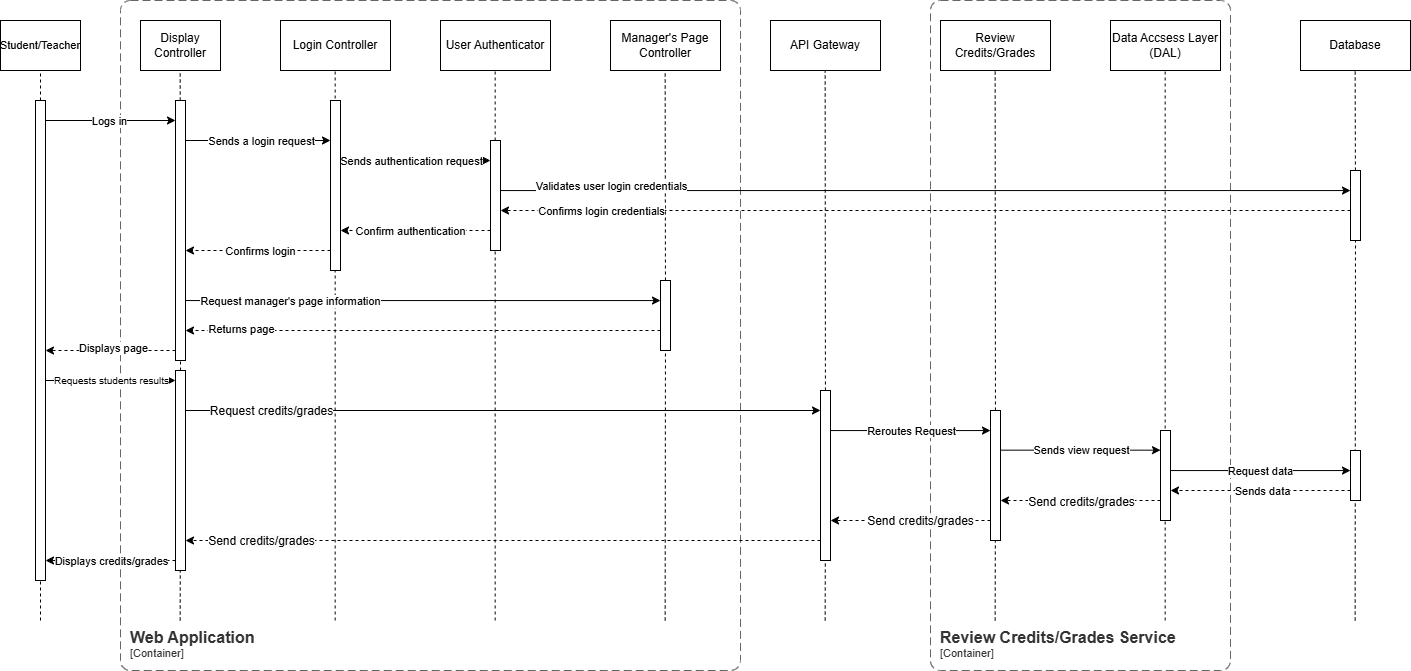
The draw.io diagram Dynamic Diagrams/view-results-dynamic-diagram.png in Metalystn/Exam-repository, before a commit. Source tidied: cells renumbered, new cells last; positions are measured from the earlier drawing's top-left corner, leaving out a move shared by most shapes.
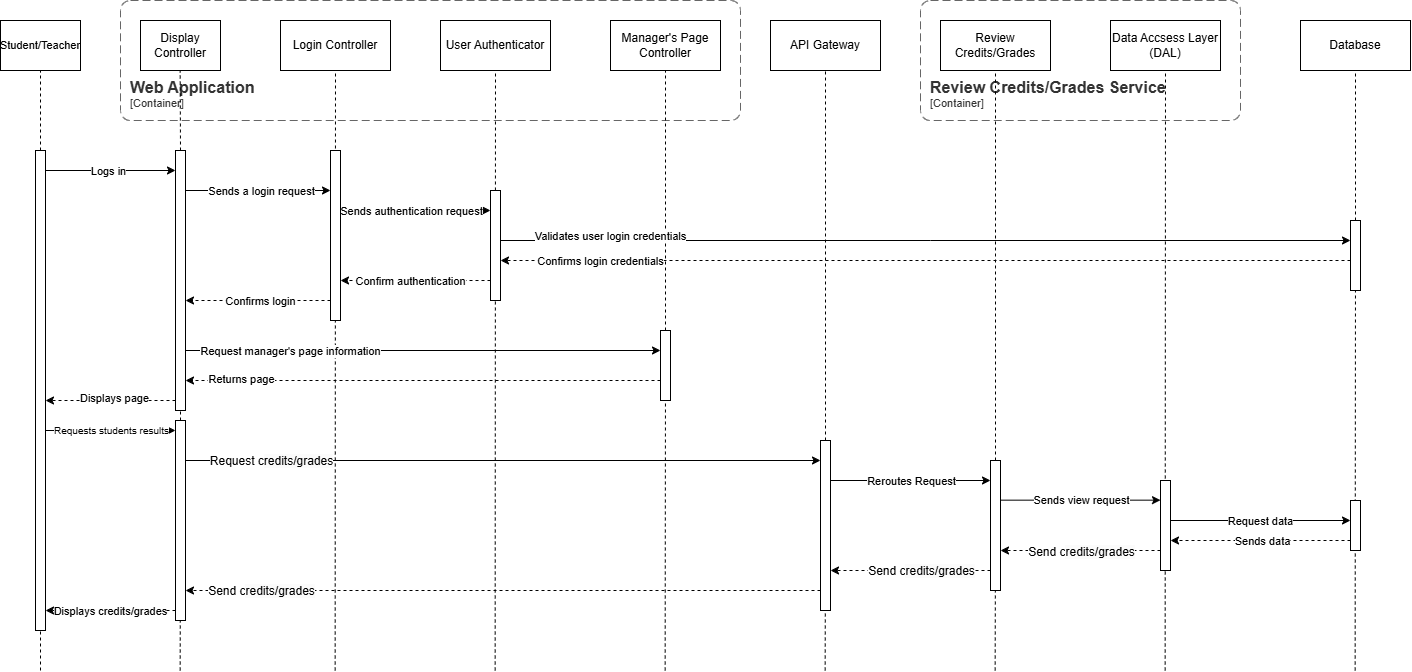
Later version of the same file.

The edit, as a diff of the source:
```diff
@@ -4,88 +4,77 @@
     <mxCell id="1" parent="0" />
     <object id="2" label="&lt;font style=&quot;font-size: 16px&quot;&gt;&lt;b&gt;&lt;div style=&quot;text-align: left&quot;&gt;%c4Name%&lt;/div&gt;&lt;/b&gt;&lt;/font&gt;&lt;div style=&quot;text-align: left&quot;&gt;[%c4Application%]&lt;/div&gt;" c4Application="Container" c4Name="Review Credits/Grades Service" c4Type="ContainerScopeBoundary" placeholders="1">
       <mxCell style="rounded=1;fontSize=11;whiteSpace=wrap;html=1;dashed=1;arcSize=20;fillColor=none;strokeColor=#666666;fontColor=#333333;labelBackgroundColor=none;align=left;verticalAlign=bottom;labelBorderColor=none;spacingTop=0;spacing=10;dashPattern=8 4;perimeter=rectanglePerimeter;noLabel=0;labelPadding=0;absoluteArcSize=1;" parent="1" vertex="1">
-        <mxGeometry x="930" width="300" height="670" as="geometry" />
+        <mxGeometry x="920" y="-50" width="320" height="120" as="geometry" />
       </mxCell>
     </object>
     <object id="3" label="&lt;font style=&quot;font-size: 16px&quot;&gt;&lt;b&gt;&lt;div style=&quot;text-align: left&quot;&gt;%c4Name%&lt;/div&gt;&lt;/b&gt;&lt;/font&gt;&lt;div style=&quot;text-align: left&quot;&gt;[%c4Application%]&lt;/div&gt;" c4Application="Container" c4Name="Web Application" c4Type="ContainerScopeBoundary" placeholders="1">
       <mxCell style="rounded=1;fontSize=11;whiteSpace=wrap;html=1;dashed=1;arcSize=20;fillColor=none;strokeColor=#666666;fontColor=#333333;labelBackgroundColor=none;align=left;verticalAlign=bottom;labelBorderColor=none;spacingTop=0;spacing=10;dashPattern=8 4;perimeter=rectanglePerimeter;noLabel=0;labelPadding=0;absoluteArcSize=1;" parent="1" vertex="1">
-        <mxGeometry x="120" width="620" height="670" as="geometry" />
+        <mxGeometry x="120" y="-50" width="620" height="120" as="geometry" />
       </mxCell>
     </object>
     <mxCell id="4" value="&lt;font style=&quot;font-size: 11px;&quot;&gt;Student/Teacher&lt;/font&gt;" style="rounded=0;whiteSpace=wrap;html=1;" parent="1" vertex="1">
-      <mxGeometry y="20" width="80" height="50" as="geometry" />
+      <mxGeometry y="-30" width="80" height="50" as="geometry" />
     </mxCell>
     <mxCell id="5" value="Display Contr&lt;span style=&quot;color: rgba(0, 0, 0, 0); font-family: monospace; font-size: 0px; text-align: start; text-wrap: nowrap;&quot;&gt;%3CmxGraphModel%3E%3Croot%3E%3CmxCell%20id%3D%220%22%2F%3E%3CmxCell%20id%3D%221%22%20parent%3D%220%22%2F%3E%3CmxCell%20id%3D%222%22%20value%3D%22Teacher%22%20style%3D%22rounded%3D0%3BwhiteSpace%3Dwrap%3Bhtml%3D1%3B%22%20vertex%3D%221%22%20parent%3D%221%22%3E%3CmxGeometry%20x%3D%2280%22%20y%3D%2240%22%20width%3D%2280%22%20height%3D%2250%22%20as%3D%22geometry%22%2F%3E%3C%2FmxCell%3E%3C%2Froot%3E%3C%2FmxGraphModel%3E&lt;/span&gt;oller" style="rounded=0;whiteSpace=wrap;html=1;" parent="1" vertex="1">
-      <mxGeometry x="140" y="20" width="80" height="50" as="geometry" />
+      <mxGeometry x="140" y="-30" width="80" height="50" as="geometry" />
     </mxCell>
     <mxCell id="6" value="Login Controller" style="rounded=0;whiteSpace=wrap;html=1;" parent="1" vertex="1">
-      <mxGeometry x="280" y="20" width="110" height="50" as="geometry" />
+      <mxGeometry x="280" y="-30" width="110" height="50" as="geometry" />
     </mxCell>
     <mxCell id="7" value="User Authenticator" style="rounded=0;whiteSpace=wrap;html=1;" parent="1" vertex="1">
-      <mxGeometry x="440" y="20" width="110" height="50" as="geometry" />
+      <mxGeometry x="440" y="-30" width="110" height="50" as="geometry" />
     </mxCell>
     <mxCell id="8" value="Manager's Page Controller" style="rounded=0;whiteSpace=wrap;html=1;" parent="1" vertex="1">
-      <mxGeometry x="610" y="20" width="110" height="50" as="geometry" />
+      <mxGeometry x="610" y="-30" width="110" height="50" as="geometry" />
     </mxCell>
     <mxCell id="9" value="API Gateway" style="rounded=0;whiteSpace=wrap;html=1;" parent="1" vertex="1">
-      <mxGeometry x="770" y="20" width="110" height="50" as="geometry" />
+      <mxGeometry x="770" y="-30" width="110" height="50" as="geometry" />
     </mxCell>
     <mxCell id="10" value="Review Credits/Grades" style="rounded=0;whiteSpace=wrap;html=1;" parent="1" vertex="1">
-      <mxGeometry x="940" y="20" width="110" height="50" as="geometry" />
+      <mxGeometry x="940" y="-30" width="110" height="50" as="geometry" />
     </mxCell>
     <mxCell id="11" value="Database" style="rounded=0;whiteSpace=wrap;html=1;" parent="1" vertex="1">
-      <mxGeometry x="1300" y="20" width="110" height="50" as="geometry" />
+      <mxGeometry x="1300" y="-30" width="110" height="50" as="geometry" />
     </mxCell>
     <mxCell id="12" value="Data Accsess Layer (DAL)" style="rounded=0;whiteSpace=wrap;html=1;" parent="1" vertex="1">
-      <mxGeometry x="1110" y="20" width="110" height="50" as="geometry" />
+      <mxGeometry x="1110" y="-30" width="110" height="50" as="geometry" />
     </mxCell>
-    <mxCell id="13" style="endArrow=none;dashed=1;html=1;rounded=0;" parent="1" edge="1" source="27">
+    <mxCell id="13" style="endArrow=none;dashed=1;html=1;rounded=0;exitX=0.5;exitY=0;exitDx=0;exitDy=0;" parent="1" edge="1" source="27">
       <mxGeometry relative="1" as="geometry">
-        <mxPoint x="40" y="70" as="targetPoint" />
+        <mxPoint x="40" y="20" as="targetPoint" />
       </mxGeometry>
     </mxCell>
-    <mxCell id="14" style="endArrow=none;dashed=1;html=1;rounded=0;" parent="1" edge="1" source="35">
+    <mxCell id="14" style="endArrow=none;dashed=1;html=1;rounded=0;exitX=0.5;exitY=0;exitDx=0;exitDy=0;" parent="1" edge="1" source="35">
       <mxGeometry relative="1" as="geometry">
-        <mxPoint x="179.7" y="70" as="targetPoint" />
+        <mxPoint x="179.7" y="20" as="targetPoint" />
       </mxGeometry>
     </mxCell>
-    <mxCell id="15" style="endArrow=none;dashed=1;html=1;rounded=0;" parent="1" edge="1">
+    <mxCell id="15" style="endArrow=none;dashed=1;html=1;rounded=0;entryX=0.5;entryY=1;entryDx=0;entryDy=0;" parent="1" edge="1" target="6">
       <mxGeometry relative="1" as="geometry">
         <mxPoint x="334.7" y="620" as="sourcePoint" />
-        <mxPoint x="334.7" y="70" as="targetPoint" />
       </mxGeometry>
     </mxCell>
-    <mxCell id="16" style="endArrow=none;dashed=1;html=1;rounded=0;" parent="1" edge="1">
+    <mxCell id="16" style="endArrow=none;dashed=1;html=1;rounded=0;entryX=0.5;entryY=1;entryDx=0;entryDy=0;" parent="1" edge="1" target="7">
       <mxGeometry relative="1" as="geometry">
         <mxPoint x="494.7" y="620" as="sourcePoint" />
-        <mxPoint x="494.7" y="70" as="targetPoint" />
       </mxGeometry>
     </mxCell>
-    <mxCell id="17" style="endArrow=none;dashed=1;html=1;rounded=0;" parent="1" edge="1" source="55">
-      <mxGeometry relative="1" as="geometry">
-        <mxPoint x="664.7" y="70" as="targetPoint" />
-      </mxGeometry>
+    <mxCell id="17" style="endArrow=none;dashed=1;html=1;rounded=0;entryX=0.5;entryY=1;entryDx=0;entryDy=0;" parent="1" edge="1" source="55" target="8">
+      <mxGeometry relative="1" as="geometry" />
     </mxCell>
-    <mxCell id="18" style="endArrow=none;dashed=1;html=1;rounded=0;" parent="1" edge="1" source="59">
-      <mxGeometry relative="1" as="geometry">
-        <mxPoint x="824.7" y="70" as="targetPoint" />
-      </mxGeometry>
+    <mxCell id="18" style="endArrow=none;dashed=1;html=1;rounded=0;entryX=0.5;entryY=1;entryDx=0;entryDy=0;" parent="1" edge="1" source="59" target="9">
+      <mxGeometry relative="1" as="geometry" />
     </mxCell>
-    <mxCell id="19" style="endArrow=none;dashed=1;html=1;rounded=0;" parent="1" edge="1" source="63">
-      <mxGeometry relative="1" as="geometry">
-        <mxPoint x="994.7" y="70" as="targetPoint" />
-      </mxGeometry>
+    <mxCell id="19" style="endArrow=none;dashed=1;html=1;rounded=0;entryX=0.5;entryY=1;entryDx=0;entryDy=0;" parent="1" edge="1" source="63" target="10">
+      <mxGeometry relative="1" as="geometry" />
     </mxCell>
-    <mxCell id="20" style="endArrow=none;dashed=1;html=1;rounded=0;" parent="1" edge="1">
+    <mxCell id="20" style="endArrow=none;dashed=1;html=1;rounded=0;entryX=0.5;entryY=1;entryDx=0;entryDy=0;" parent="1" edge="1" target="12">
       <mxGeometry relative="1" as="geometry">
         <mxPoint x="1164.7" y="620" as="sourcePoint" />
-        <mxPoint x="1164.7" y="70" as="targetPoint" />
       </mxGeometry>
     </mxCell>
-    <mxCell id="21" style="endArrow=none;dashed=1;html=1;rounded=0;" parent="1" edge="1" source="43">
-      <mxGeometry relative="1" as="geometry">
-        <mxPoint x="1354.7" y="70" as="targetPoint" />
-      </mxGeometry>
+    <mxCell id="21" style="endArrow=none;dashed=1;html=1;rounded=0;entryX=0.5;entryY=1;entryDx=0;entryDy=0;" parent="1" edge="1" source="43" target="11">
+      <mxGeometry relative="1" as="geometry" />
     </mxCell>
     <mxCell id="22" style="endArrow=none;dashed=1;html=1;rounded=0;" parent="1" edge="1" target="27">
       <mxGeometry relative="1" as="geometry">
```
